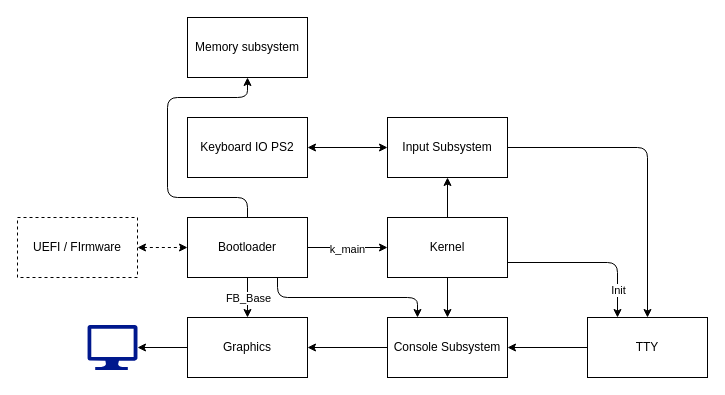
Above: systems.dio in TheBigBlockPC/CustomOS_x86 (draw.io), before the change. Source tidied: cells renumbered, new cells numbered last; positions are measured from the earlier drawing's top-left corner, leaving out a move shared by most shapes. Both pictures are drawn from the tidied source at 100%, with x=0, y=0 at pixel (17, 17).
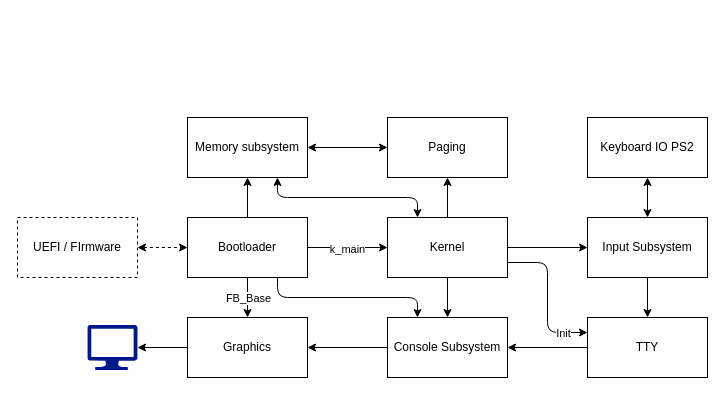
The same page after the edit.

Unchanged cells that the change refers to:
```xml
<mxCell id="2" value="Bootloader" style="rounded=0;whiteSpace=wrap;html=1;" parent="1" vertex="1">
  <mxGeometry x="170" y="200" width="120" height="60" as="geometry" />
</mxCell>
<mxCell id="11" value="Kernel" style="rounded=0;whiteSpace=wrap;html=1;" parent="1" vertex="1">
  <mxGeometry x="370" y="200" width="120" height="60" as="geometry" />
</mxCell>
<mxCell id="18" value="TTY" style="rounded=0;whiteSpace=wrap;html=1;" parent="1" vertex="1">
  <mxGeometry x="570" y="300" width="120" height="60" as="geometry" />
</mxCell>
```

Diff of the diagram source:
```diff
@@
     <mxCell id="3" value="Input Subsystem" style="rounded=0;whiteSpace=wrap;html=1;" parent="1" vertex="1">
-      <mxGeometry x="370" y="100" width="120" height="60" as="geometry" />
+      <mxGeometry x="570" y="200" width="120" height="60" as="geometry" />
     </mxCell>
@@
     <mxCell id="16" value="Keyboard IO PS2" style="rounded=0;whiteSpace=wrap;html=1;" parent="1" vertex="1">
-      <mxGeometry x="170" y="100" width="120" height="60" as="geometry" />
+      <mxGeometry x="570" y="100" width="120" height="60" as="geometry" />
     </mxCell>
-    <mxCell id="17" style="endArrow=classic;startArrow=classic;html=1;exitX=1;exitY=0.5;exitDx=0;exitDy=0;entryX=0;entryY=0.5;entryDx=0;entryDy=0;" parent="1" edge="1" source="16" target="3">
-      <mxGeometry relative="1" as="geometry" />
-    </mxCell>
@@
-    <mxCell id="20" style="endArrow=classic;html=1;exitX=0.5;exitY=0;exitDx=0;exitDy=0;entryX=0.5;entryY=1;entryDx=0;entryDy=0;" parent="1" edge="1" source="11" target="3">
-      <mxGeometry relative="1" as="geometry" />
-    </mxCell>
-    <mxCell id="21" style="endArrow=classic;html=1;exitX=1;exitY=0.5;exitDx=0;exitDy=0;entryX=0.5;entryY=0;entryDx=0;entryDy=0;" parent="1" edge="1" source="3" target="18">
-      <mxGeometry relative="1" as="geometry">
-        <Array as="points">
-          <mxPoint x="630" y="130" />
-        </Array>
-      </mxGeometry>
-    </mxCell>
-    <mxCell id="22" style="endArrow=classic;html=1;exitX=1;exitY=0.75;exitDx=0;exitDy=0;entryX=0.25;entryY=0;entryDx=0;entryDy=0;" parent="1" edge="1" source="11" target="18">
+    <mxCell id="22" style="endArrow=classic;html=1;exitX=1;exitY=0.75;exitDx=0;exitDy=0;entryX=0;entryY=0.25;entryDx=0;entryDy=0;" parent="1" edge="1" source="11" target="18">
       <mxGeometry relative="1" as="geometry">
         <Array as="points">
-          <mxPoint x="600" y="245" />
+          <mxPoint x="530" y="245" />
+          <mxPoint x="530" y="315" />
         </Array>
       </mxGeometry>
     </mxCell>
@@
     <mxCell id="26" value="Memory subsystem" style="rounded=0;whiteSpace=wrap;html=1;" parent="1" vertex="1">
-      <mxGeometry x="170" width="120" height="60" as="geometry" />
+      <mxGeometry x="170" y="100" width="120" height="60" as="geometry" />
     </mxCell>
+    <mxCell id="28" value="Paging" style="rounded=0;whiteSpace=wrap;html=1;" parent="1" vertex="1">
+      <mxGeometry x="370" y="100" width="120" height="60" as="geometry" />
+    </mxCell>
+    <mxCell id="20" style="endArrow=classic;html=1;exitX=1;exitY=0.5;exitDx=0;exitDy=0;entryX=0;entryY=0.5;entryDx=0;entryDy=0;" parent="1" edge="1" source="11" target="3">
+      <mxGeometry relative="1" as="geometry" />
+    </mxCell>
+    <mxCell id="21" style="endArrow=classic;html=1;exitX=0.5;exitY=1;exitDx=0;exitDy=0;entryX=0.5;entryY=0;entryDx=0;entryDy=0;" parent="1" edge="1" source="3" target="18">
+      <mxGeometry relative="1" as="geometry" />
+    </mxCell>
+    <mxCell id="29" style="endArrow=classic;startArrow=classic;html=1;entryX=0.5;entryY=1;entryDx=0;entryDy=0;exitX=0.5;exitY=0;exitDx=0;exitDy=0;" parent="1" edge="1" source="3" target="16">
+      <mxGeometry relative="1" as="geometry" />
+    </mxCell>
     <mxCell id="27" style="endArrow=classic;html=1;exitX=0.5;exitY=0;exitDx=0;exitDy=0;entryX=0.5;entryY=1;entryDx=0;entryDy=0;" parent="1" edge="1" source="2" target="26">
-      <mxGeometry relative="1" as="geometry">
-        <Array as="points">
-          <mxPoint x="230" y="180" />
-          <mxPoint x="150" y="180" />
-          <mxPoint x="150" y="80" />
-          <mxPoint x="230" y="80" />
-        </Array>
-      </mxGeometry>
+      <mxGeometry relative="1" as="geometry" />
     </mxCell>
+    <mxCell id="30" style="endArrow=classic;startArrow=classic;html=1;exitX=0.25;exitY=0;exitDx=0;exitDy=0;entryX=0.75;entryY=1;entryDx=0;entryDy=0;" parent="1" edge="1" source="11" target="26">
+      <mxGeometry relative="1" as="geometry">
+        <Array as="points">
+          <mxPoint x="400" y="180" />
+          <mxPoint x="260" y="180" />
+        </Array>
+      </mxGeometry>
+    </mxCell>
+    <mxCell id="31" style="endArrow=classic;html=1;exitX=0.5;exitY=0;exitDx=0;exitDy=0;entryX=0.5;entryY=1;entryDx=0;entryDy=0;" parent="1" edge="1" source="11" target="28">
+      <mxGeometry relative="1" as="geometry" />
+    </mxCell>
+    <mxCell id="32" style="endArrow=classic;startArrow=classic;html=1;exitX=1;exitY=0.5;exitDx=0;exitDy=0;entryX=0;entryY=0.5;entryDx=0;entryDy=0;" parent="1" edge="1" source="26" target="28">
+      <mxGeometry relative="1" as="geometry" />
+    </mxCell>
```
